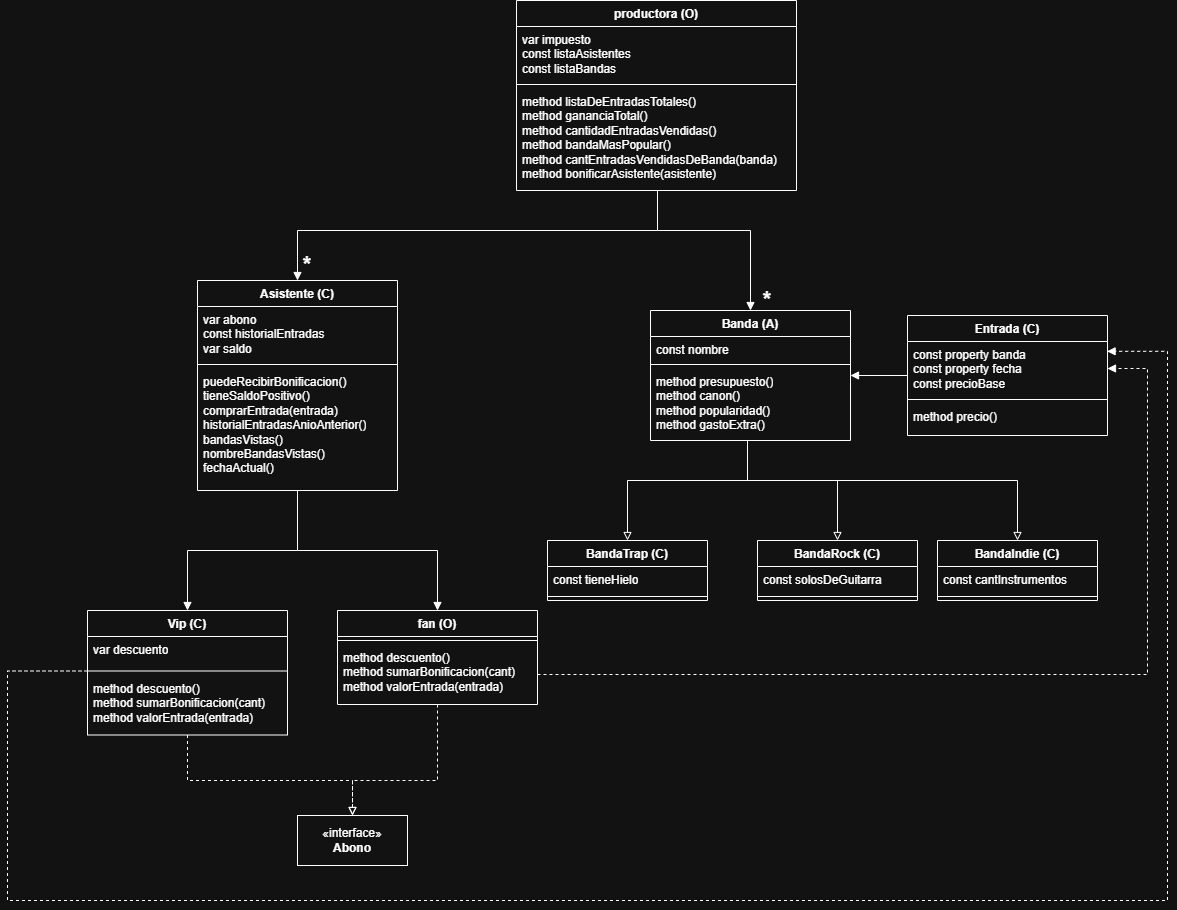
Above: diagrama_solucion_VALENTINO_CUCHALLOESTRABIZ.png in vcuchallo-utn/PDEP-Entertainment---TP-obligatorio-e-individual-objetos-2026 (draw.io), before the change. Source tidied: cells renumbered, new cells last; positions are measured from the earlier drawing's top-left corner, leaving out a move shared by most shapes.
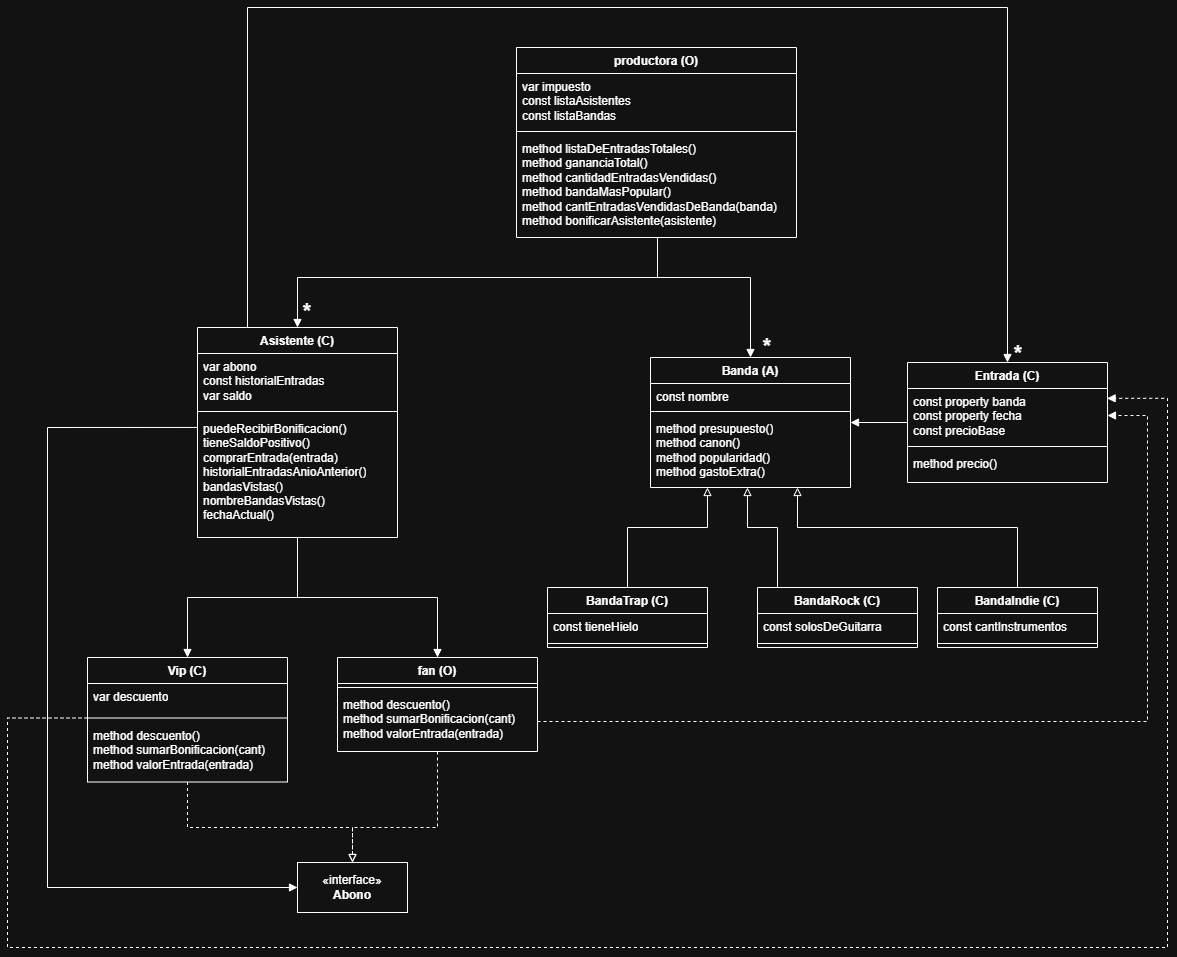
The same diagram one commit later.

Commit message:
fix: arreglo de diagrama de clases

What changed in the source:
```diff
@@ -8,6 +8,14 @@
     <mxCell id="3" style="edgeStyle=orthogonalEdgeStyle;rounded=0;jettySize=auto;html=1;entryX=0.5;entryY=0;entryDx=0;entryDy=0;defaultLabelBackgroundColor=page;endArrow=block;endFill=1;" parent="1" edge="1" source="4" target="35">
       <mxGeometry relative="1" as="geometry" />
     </mxCell>
+    <mxCell id="49" style="edgeStyle=orthogonalEdgeStyle;rounded=0;jettySize=auto;html=1;exitX=0.25;exitY=0;exitDx=0;exitDy=0;entryX=0.5;entryY=0;entryDx=0;entryDy=0;defaultLabelBackgroundColor=page;endArrow=block;endFill=1;" parent="1" edge="1" source="4" target="25">
+      <mxGeometry relative="1" as="geometry">
+        <Array as="points">
+          <mxPoint x="240" y="-40" />
+          <mxPoint x="1000" y="-40" />
+        </Array>
+      </mxGeometry>
+    </mxCell>
     <mxCell id="4" value="Asistente (C)" style="swimlane;fontStyle=1;align=center;verticalAlign=top;horizontal=1;startSize=26;whiteSpace=wrap;html=1;" parent="1" vertex="1">
       <mxGeometry x="190" y="280" width="200" height="210" as="geometry" />
     </mxCell>
@@ -20,26 +28,26 @@
     <mxCell id="7" value="puedeRecibirBonificacion()&lt;div&gt;tieneSaldoPositivo()&lt;/div&gt;&lt;div&gt;comprarEntrada(entrada)&lt;/div&gt;&lt;div&gt;historialEntradasAnioAnterior()&lt;/div&gt;&lt;div&gt;bandasVistas()&lt;/div&gt;&lt;div&gt;nombreBandasVistas()&lt;/div&gt;&lt;div&gt;fechaActual()&lt;/div&gt;" style="text;strokeColor=none;fillColor=none;align=left;verticalAlign=top;spacingLeft=4;spacingRight=4;overflow=hidden;points=[[0,0.5],[1,0.5]];portConstraint=eastwest;whiteSpace=wrap;html=1;" parent="4" vertex="1">
       <mxGeometry y="88" width="200" height="122" as="geometry" />
     </mxCell>
-    <mxCell id="8" style="edgeStyle=orthogonalEdgeStyle;rounded=0;jettySize=auto;html=1;defaultLabelBackgroundColor=page;endArrow=block;endFill=0;" parent="1" edge="1" source="11" target="15">
+    <mxCell id="8" style="edgeStyle=orthogonalEdgeStyle;rounded=0;jettySize=auto;html=1;defaultLabelBackgroundColor=page;endArrow=none;endFill=0;startArrow=block;startFill=0;" parent="1" edge="1" source="11" target="15">
       <mxGeometry x="-0.16" relative="1" as="geometry">
         <Array as="points">
           <mxPoint x="740" y="480" />
-          <mxPoint x="830" y="480" />
+          <mxPoint x="770" y="480" />
         </Array>
       </mxGeometry>
     </mxCell>
-    <mxCell id="9" style="edgeStyle=orthogonalEdgeStyle;rounded=0;jettySize=auto;html=1;entryX=0.5;entryY=0;entryDx=0;entryDy=0;defaultLabelBackgroundColor=page;endArrow=block;endFill=0;" parent="1" edge="1" source="11" target="21">
-      <mxGeometry relative="1" as="geometry">
+    <mxCell id="9" style="edgeStyle=orthogonalEdgeStyle;rounded=0;jettySize=auto;html=1;entryX=0.5;entryY=0;entryDx=0;entryDy=0;defaultLabelBackgroundColor=page;endArrow=none;endFill=0;startArrow=block;startFill=0;" parent="1" edge="1" source="11" target="21">
+      <mxGeometry x="-0.22" relative="1" as="geometry">
         <Array as="points">
-          <mxPoint x="740" y="480" />
+          <mxPoint x="700" y="480" />
           <mxPoint x="620" y="480" />
         </Array>
       </mxGeometry>
     </mxCell>
-    <mxCell id="10" style="edgeStyle=orthogonalEdgeStyle;rounded=0;jettySize=auto;html=1;entryX=0.5;entryY=0;entryDx=0;entryDy=0;defaultLabelBackgroundColor=page;endArrow=block;endFill=0;" parent="1" edge="1" source="11" target="18">
-      <mxGeometry relative="1" as="geometry">
+    <mxCell id="10" style="edgeStyle=orthogonalEdgeStyle;rounded=0;jettySize=auto;html=1;entryX=0.5;entryY=0;entryDx=0;entryDy=0;defaultLabelBackgroundColor=page;endArrow=none;endFill=0;startArrow=block;startFill=0;" parent="1" edge="1" source="11" target="18">
+      <mxGeometry x="-0.16" relative="1" as="geometry">
         <Array as="points">
-          <mxPoint x="740" y="480" />
+          <mxPoint x="790" y="480" />
           <mxPoint x="1010" y="480" />
         </Array>
       </mxGeometry>
@@ -190,5 +198,16 @@
         </Array>
       </mxGeometry>
     </mxCell>
+    <mxCell id="50" value="&lt;b&gt;&lt;font style=&quot;font-size: 22px;&quot;&gt;*&lt;/font&gt;&lt;/b&gt;" style="text;html=1;whiteSpace=wrap;strokeColor=none;fillColor=none;align=center;verticalAlign=middle;rounded=0;" parent="1" vertex="1">
+      <mxGeometry x="981" y="292" width="60" height="30" as="geometry" />
+    </mxCell>
+    <mxCell id="51" style="edgeStyle=orthogonalEdgeStyle;rounded=0;jettySize=auto;html=1;entryX=0;entryY=0.098;entryDx=0;entryDy=0;entryPerimeter=0;defaultLabelBackgroundColor=page;endArrow=none;endFill=0;startArrow=block;startFill=1;" parent="1" edge="1" source="46" target="7">
+      <mxGeometry x="-0.32" relative="1" as="geometry">
+        <Array as="points">
+          <mxPoint x="40" y="840" />
+          <mxPoint x="40" y="380" />
+        </Array>
+      </mxGeometry>
+    </mxCell>
   </root>
 </mxGraphModel>
```
